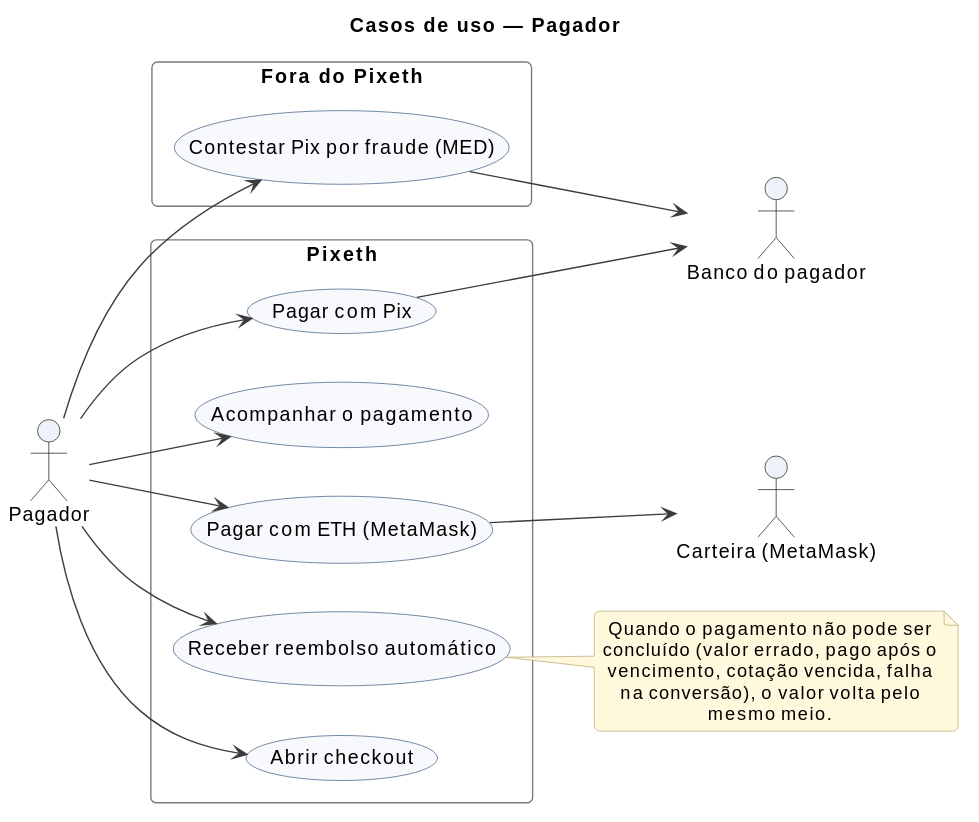
This is docs/diagrams/svg/casos-de-uso/uc-pagador.svg from BrunoViotto18/Pixeth, a PlantUML export, as it was before one commit.
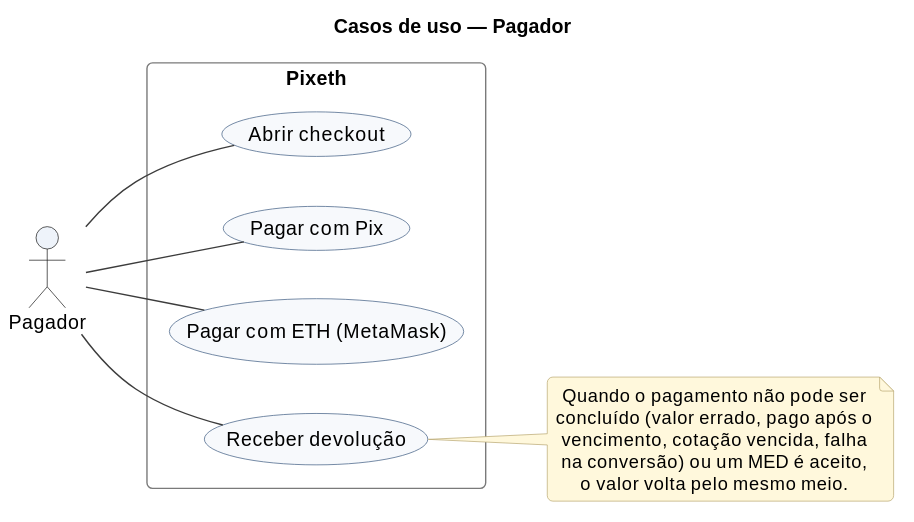
Later version of the same file.

Commit message:
feat: Update use case diagrams

The edit, as a diff of the source:
```diff
@@ -6,36 +6,24 @@
 left to right direction
 
 actor "Pagador" as P
-actor "Banco do pagador" as Banco
-actor "Carteira (MetaMask)" as Carteira
 
 rectangle "Pixeth" {
   usecase "Abrir checkout" as UC_Checkout
   usecase "Pagar com Pix" as UC_PagarPix
   usecase "Pagar com ETH (MetaMask)" as UC_PagarEth
-  usecase "Acompanhar o pagamento" as UC_Estado
-  usecase "Receber reembolso automático" as UC_Reembolso
+  usecase "Receber devolução" as UC_Reembolso
 }
 
-rectangle "Fora do Pixeth" {
-  usecase "Contestar Pix por fraude (MED)" as UC_Med
-}
-
-P --> UC_Checkout
-P --> UC_PagarPix
-P --> UC_PagarEth
-P --> UC_Estado
-P --> UC_Reembolso
-P --> UC_Med
-UC_PagarPix --> Banco
-UC_PagarEth --> Carteira
-UC_Med --> Banco
+P -- UC_Checkout
+P -- UC_PagarPix
+P -- UC_PagarEth
+P -- UC_Reembolso
 
 note right of UC_Reembolso
   Quando o pagamento não pode ser
   concluído (valor errado, pago após o
   vencimento, cotação vencida, falha
-  na conversão), o valor volta pelo
-  mesmo meio.
+  na conversão) ou um MED é aceito,
+  o valor volta pelo mesmo meio.
 end note
 @enduml
```
